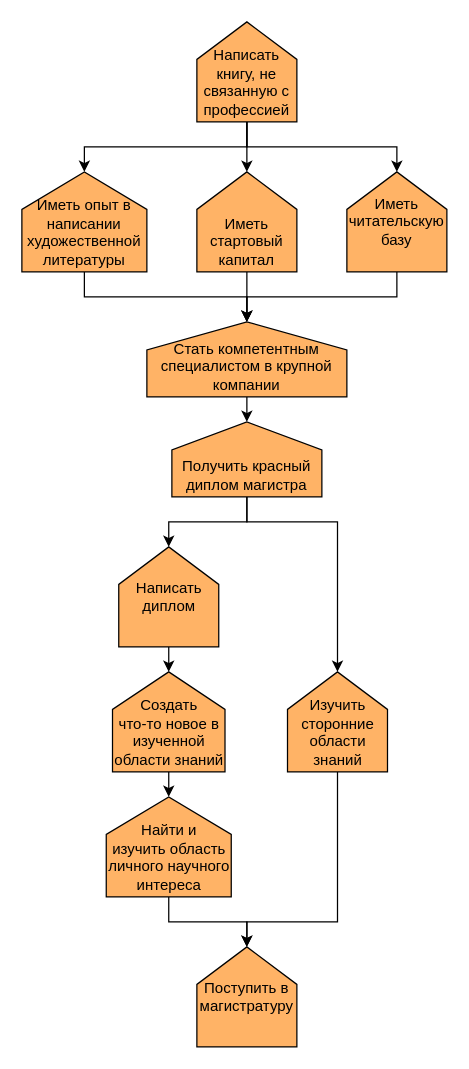
This is l1 2.drawio from DMfananddu/ERP, a draw.io file, before an edit. Source tidied: cells renumbered, new cells numbered last; positions are measured from the earlier drawing's top-left corner, leaving out a move shared by most shapes. Both pictures are drawn from the tidied source at 125%, with x=0, y=0 at pixel (21, 21).
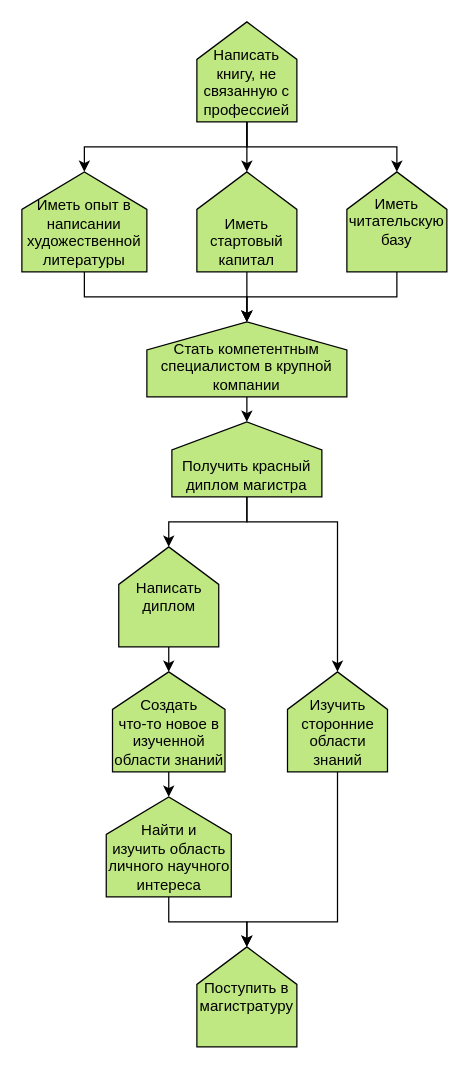
The same diagram, later.

Change to the diagram source:
```diff
@@
-    <mxCell id="5" value="Написать книгу, не связанную с профессией" style="shape=offPageConnector;whiteSpace=wrap;html=1;direction=west;fillColor=#FFB366;verticalAlign=bottom;horizontal=1;" parent="1" vertex="1">
+    <mxCell id="5" value="Написать книгу, не связанную с профессией" style="shape=offPageConnector;whiteSpace=wrap;html=1;direction=west;fillColor=#BFE882;verticalAlign=bottom;horizontal=1;" parent="1" vertex="1">
       <mxGeometry x="140" width="80" height="80" as="geometry" />
     </mxCell>
@@
-    <mxCell id="7" value="Иметь опыт в написании художественной литературы" style="shape=offPageConnector;whiteSpace=wrap;html=1;direction=west;fillColor=#FFB366;verticalAlign=bottom;horizontal=1;" parent="1" vertex="1">
+    <mxCell id="7" value="Иметь опыт в написании художественной литературы" style="shape=offPageConnector;whiteSpace=wrap;html=1;direction=west;fillColor=#BFE882;verticalAlign=bottom;horizontal=1;" parent="1" vertex="1">
       <mxGeometry y="120" width="100" height="80" as="geometry" />
     </mxCell>
@@
-    <mxCell id="9" value="Иметь стартовый капитал" style="shape=offPageConnector;whiteSpace=wrap;html=1;direction=west;fillColor=#FFB366;verticalAlign=bottom;horizontal=1;size=0.375;" parent="1" vertex="1">
+    <mxCell id="9" value="Иметь стартовый капитал" style="shape=offPageConnector;whiteSpace=wrap;html=1;direction=west;fillColor=#BFE882;verticalAlign=bottom;horizontal=1;size=0.375;" parent="1" vertex="1">
       <mxGeometry x="140" y="120" width="80" height="80" as="geometry" />
     </mxCell>
@@
-    <mxCell id="11" value="Иметь читательскую базу" style="shape=offPageConnector;whiteSpace=wrap;html=1;direction=west;fillColor=#FFB366;verticalAlign=middle;horizontal=1;" parent="1" vertex="1">
+    <mxCell id="11" value="Иметь читательскую базу" style="shape=offPageConnector;whiteSpace=wrap;html=1;direction=west;fillColor=#BFE882;verticalAlign=middle;horizontal=1;" parent="1" vertex="1">
       <mxGeometry x="260" y="120" width="80" height="80" as="geometry" />
     </mxCell>
@@
-    <mxCell id="13" value="Стать компетентным специалистом в крупной компании" style="shape=offPageConnector;whiteSpace=wrap;html=1;direction=west;fillColor=#FFB366;verticalAlign=bottom;horizontal=1;" parent="1" vertex="1">
+    <mxCell id="13" value="Стать компетентным специалистом в крупной компании" style="shape=offPageConnector;whiteSpace=wrap;html=1;direction=west;fillColor=#BFE882;verticalAlign=bottom;horizontal=1;" parent="1" vertex="1">
       <mxGeometry x="100" y="240" width="160" height="60" as="geometry" />
     </mxCell>
@@
-    <mxCell id="16" value="Получить красный диплом магистра" style="shape=offPageConnector;whiteSpace=wrap;html=1;direction=west;fillColor=#FFB366;verticalAlign=bottom;horizontal=1;" parent="1" vertex="1">
+    <mxCell id="16" value="Получить красный диплом магистра" style="shape=offPageConnector;whiteSpace=wrap;html=1;direction=west;fillColor=#BFE882;verticalAlign=bottom;horizontal=1;" parent="1" vertex="1">
       <mxGeometry x="120" y="320" width="120" height="60" as="geometry" />
     </mxCell>
@@
-    <mxCell id="18" value="Найти и&lt;br&gt;изучить область личного научного интереса" style="shape=offPageConnector;whiteSpace=wrap;html=1;direction=west;fillColor=#FFB366;verticalAlign=bottom;horizontal=1;" parent="1" vertex="1">
+    <mxCell id="18" value="Найти и&lt;br&gt;изучить область личного научного интереса" style="shape=offPageConnector;whiteSpace=wrap;html=1;direction=west;fillColor=#BFE882;verticalAlign=bottom;horizontal=1;" parent="1" vertex="1">
       <mxGeometry x="67.5" y="620" width="100" height="80" as="geometry" />
     </mxCell>
@@
-    <mxCell id="20" value="Изучить сторонние области знаний" style="shape=offPageConnector;whiteSpace=wrap;html=1;direction=west;fillColor=#FFB366;verticalAlign=bottom;horizontal=1;" parent="1" vertex="1">
+    <mxCell id="20" value="Изучить сторонние области знаний" style="shape=offPageConnector;whiteSpace=wrap;html=1;direction=west;fillColor=#BFE882;verticalAlign=bottom;horizontal=1;" parent="1" vertex="1">
       <mxGeometry x="212.5" y="520" width="80" height="80" as="geometry" />
     </mxCell>
@@
-    <mxCell id="23" value="Написать диплом" style="shape=offPageConnector;whiteSpace=wrap;html=1;direction=west;fillColor=#FFB366;verticalAlign=middle;horizontal=1;" parent="1" vertex="1">
+    <mxCell id="23" value="Написать диплом" style="shape=offPageConnector;whiteSpace=wrap;html=1;direction=west;fillColor=#BFE882;verticalAlign=middle;horizontal=1;" parent="1" vertex="1">
       <mxGeometry x="77.5" y="420" width="80" height="80" as="geometry" />
     </mxCell>
-    <mxCell id="24" value="Поступить в магистратуру" style="shape=offPageConnector;whiteSpace=wrap;html=1;direction=west;fillColor=#FFB366;verticalAlign=middle;horizontal=1;" parent="1" vertex="1">
+    <mxCell id="24" value="Поступить в магистратуру" style="shape=offPageConnector;whiteSpace=wrap;html=1;direction=west;fillColor=#BFE882;verticalAlign=middle;horizontal=1;" parent="1" vertex="1">
       <mxGeometry x="140" y="740" width="80" height="80" as="geometry" />
     </mxCell>
-    <mxCell id="25" value="Создать&lt;br&gt;что-то новое в изученной области знаний" style="shape=offPageConnector;whiteSpace=wrap;html=1;direction=west;fillColor=#FFB366;verticalAlign=bottom;horizontal=1;" parent="1" vertex="1">
+    <mxCell id="25" value="Создать&lt;br&gt;что-то новое в изученной области знаний" style="shape=offPageConnector;whiteSpace=wrap;html=1;direction=west;fillColor=#BFE882;verticalAlign=bottom;horizontal=1;" parent="1" vertex="1">
       <mxGeometry x="72.5" y="520" width="90" height="80" as="geometry" />
     </mxCell>
```
